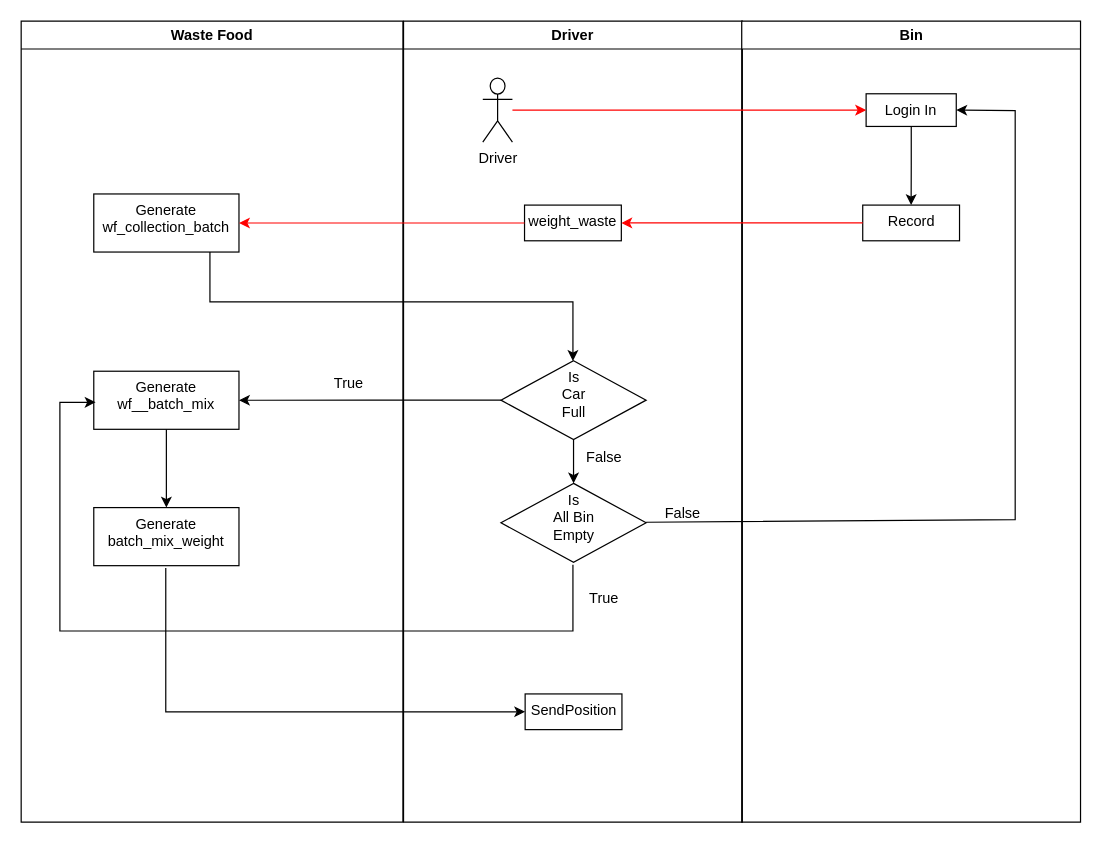
The draw.io diagram Bin_Driver_WasteFood-Activity.drawio in SL-E/business-innovation-585, before the edit. Source tidied: cells renumbered, new cells numbered last; positions are measured from the earlier drawing's top-left corner, leaving out a move shared by most shapes. Both pictures are drawn from the tidied source at 121%, with x=0, y=0 at pixel (21, 21).
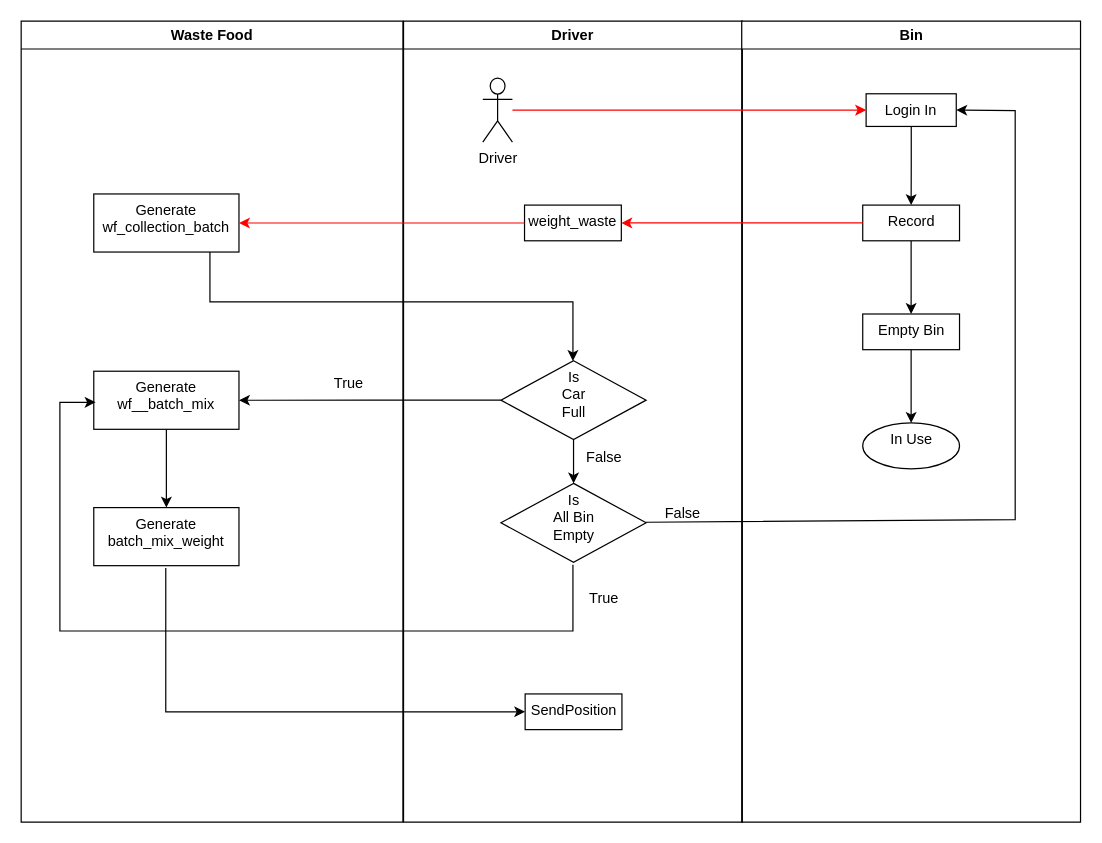
Above is the later version.

Unchanged cells that the change refers to:
```xml
<mxCell id="13" value="Bin" style="swimlane;whiteSpace=wrap;" parent="1" vertex="1">
  <mxGeometry x="595.5" width="280" height="662" as="geometry" />
</mxCell>
<mxCell id="16" value="Record" style="whiteSpace=wrap;html=1;verticalAlign=top;" parent="13" vertex="1">
  <mxGeometry x="100" y="152" width="80" height="29.5" as="geometry" />
</mxCell>
```

Change to the diagram source:
```diff
@@
+    <mxCell id="31" style="edgeStyle=orthogonalEdgeStyle;rounded=0;jettySize=auto;html=1;" parent="13" edge="1" source="16" target="33">
+      <mxGeometry relative="1" as="geometry" />
+    </mxCell>
@@
+    <mxCell id="32" style="edgeStyle=orthogonalEdgeStyle;rounded=0;jettySize=auto;html=1;" parent="13" edge="1" source="33" target="34">
+      <mxGeometry relative="1" as="geometry" />
+    </mxCell>
+    <mxCell id="33" value="Empty Bin" style="whiteSpace=wrap;html=1;verticalAlign=top;" parent="13" vertex="1">
+      <mxGeometry x="100" y="242" width="80" height="29.5" as="geometry" />
+    </mxCell>
+    <mxCell id="34" value="In Use" style="ellipse;whiteSpace=wrap;html=1;verticalAlign=top;" parent="13" vertex="1">
+      <mxGeometry x="100" y="332" width="80" height="38" as="geometry" />
+    </mxCell>
```
